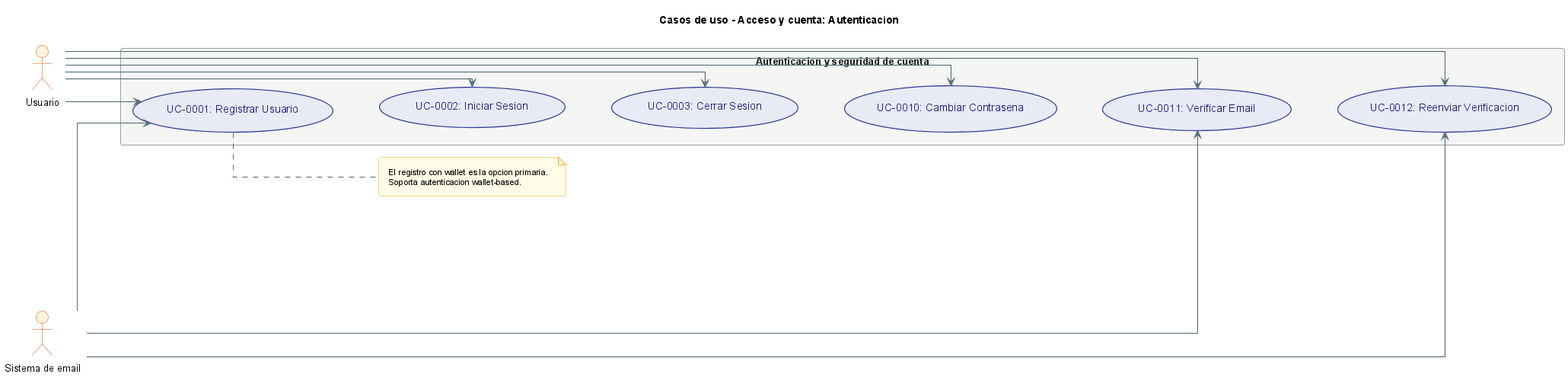
This is anexos/diagramas/uc_acceso_auth.png from ErDeivih/DocumentChain, a PlantUML export, as it was before one commit.
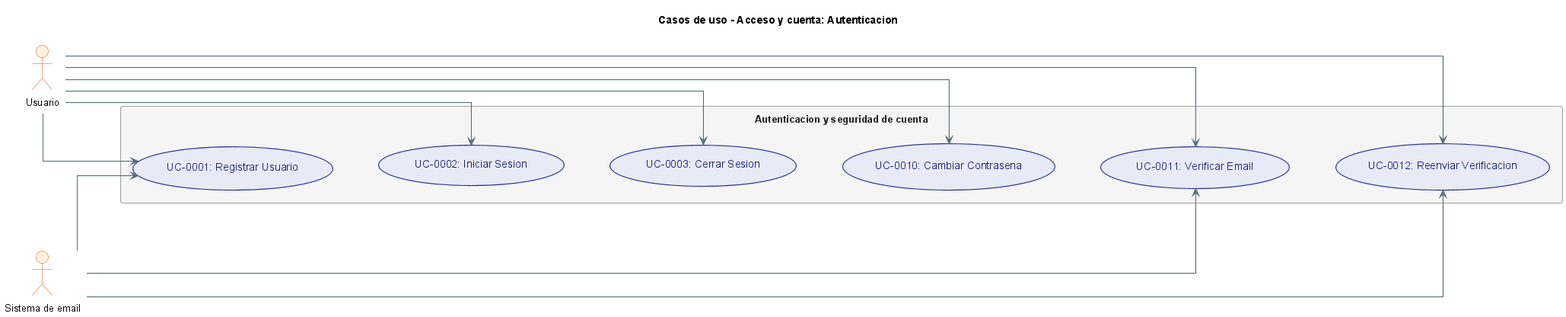
The same diagram one commit later.

What changed in the source:
```diff
@@ -31,9 +31,4 @@
 EMAIL --> UC1
 EMAIL --> UC11
 EMAIL --> UC12
-
-note right of UC1
-  El registro con wallet es la opcion primaria.
-  Soporta autenticacion wallet-based.
-end note
 @enduml
```
